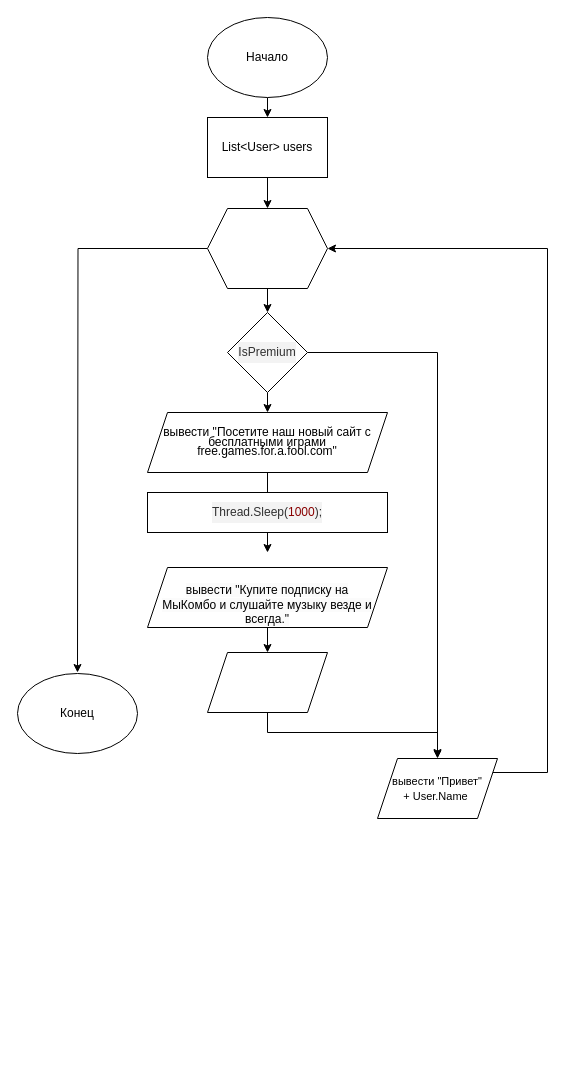
This is Задание 12.1.5.drawio from Krivinsky/skillfactoryTasks, a draw.io file, before an edit. Source tidied: cells renumbered, new cells numbered last; positions are measured from the earlier drawing's top-left corner, leaving out a move shared by most shapes. Both pictures are drawn from the tidied source at 100%, with x=0, y=0 at pixel (17, 17).
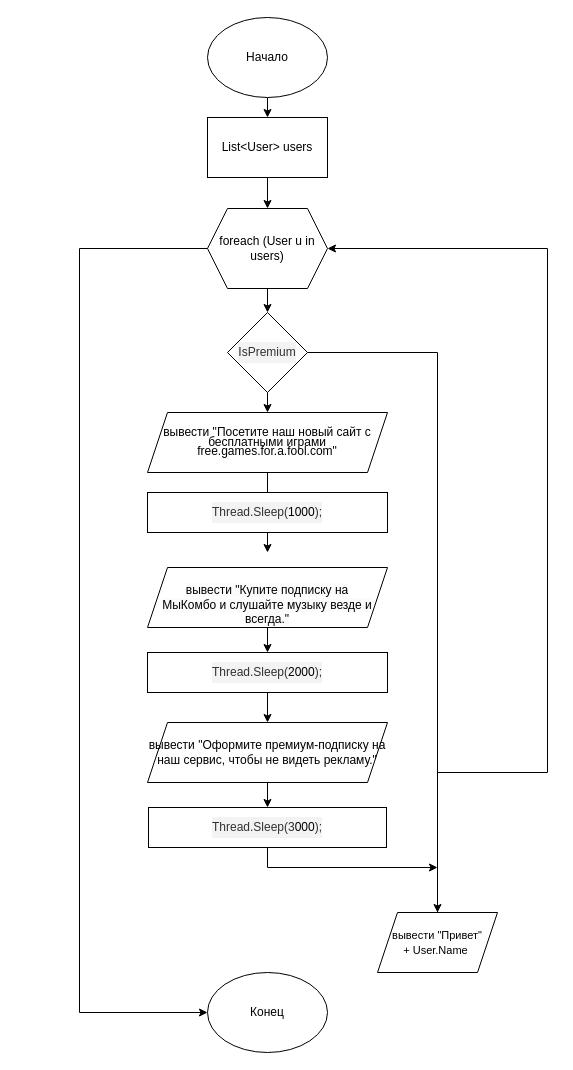
Above is the later version.

The change refers to these unchanged cells:
```xml
<mxCell id="12" value="&lt;br&gt;&lt;span style=&quot;color: rgb(0, 0, 0); font-family: Helvetica; font-size: 12px; font-style: normal; font-variant-ligatures: normal; font-variant-caps: normal; font-weight: 400; letter-spacing: normal; orphans: 2; text-align: center; text-indent: 0px; text-transform: none; widows: 2; word-spacing: 0px; -webkit-text-stroke-width: 0px; background-color: rgb(251, 251, 251); text-decoration-thickness: initial; text-decoration-style: initial; text-decoration-color: initial; float: none; display: inline !important;&quot;&gt;вывести&amp;nbsp;&quot;Купите подписку на &lt;br&gt;МыКомбо и слушайте музыку везде и всегда.&quot;&lt;br&gt;&lt;/span&gt;" style="shape=parallelogram;perimeter=parallelogramPerimeter;whiteSpace=wrap;html=1;fixedSize=1;" parent="1" vertex="1">
  <mxGeometry x="130" y="550" width="240" height="60" as="geometry" />
</mxCell>
```

Diff of the diagram source:
```diff
@@
-    <mxCell id="11" style="edgeStyle=orthogonalEdgeStyle;rounded=0;jettySize=auto;html=1;exitX=0.5;exitY=1;exitDx=0;exitDy=0;entryX=0.5;entryY=0;entryDx=0;entryDy=0;" parent="1" edge="1" source="12" target="14">
+    <mxCell id="11" style="edgeStyle=orthogonalEdgeStyle;rounded=0;jettySize=auto;html=1;exitX=0.5;exitY=1;exitDx=0;exitDy=0;entryX=0.5;entryY=0;entryDx=0;entryDy=0;" parent="1" edge="1" source="12" target="24">
       <mxGeometry relative="1" as="geometry" />
     </mxCell>
@@
-    <mxCell id="13" style="edgeStyle=orthogonalEdgeStyle;rounded=0;jettySize=auto;html=1;exitX=0.5;exitY=1;exitDx=0;exitDy=0;" parent="1" edge="1" source="14">
+    <mxCell id="13" style="edgeStyle=orthogonalEdgeStyle;rounded=0;jettySize=auto;html=1;exitX=0.5;exitY=1;exitDx=0;exitDy=0;" parent="1" edge="1" source="25">
       <mxGeometry relative="1" as="geometry">
-        <mxPoint x="420" y="740" as="targetPoint" />
+        <mxPoint x="420" y="850" as="targetPoint" />
         <Array as="points">
-          <mxPoint x="250" y="715" />
-          <mxPoint x="420" y="715" />
+          <mxPoint x="250" y="850" />
         </Array>
       </mxGeometry>
     </mxCell>
+    <mxCell id="22" style="edgeStyle=orthogonalEdgeStyle;rounded=0;jettySize=auto;html=1;entryX=0.5;entryY=0;entryDx=0;entryDy=0;" parent="1" edge="1" source="14" target="25">
+      <mxGeometry relative="1" as="geometry" />
+    </mxCell>
-    <mxCell id="14" style="shape=parallelogram;perimeter=parallelogramPerimeter;whiteSpace=wrap;html=1;fixedSize=1;" parent="1" vertex="1">
-      <mxGeometry x="190" y="635" width="120" height="60" as="geometry" />
+    <mxCell id="14" value="вывести&amp;nbsp;&quot;Оформите премиум-подписку на наш сервис, чтобы не видеть рекламу.&quot;" style="shape=parallelogram;perimeter=parallelogramPerimeter;whiteSpace=wrap;html=1;fixedSize=1;" parent="1" vertex="1">
+      <mxGeometry x="130" y="705" width="240" height="60" as="geometry" />
     </mxCell>
@@
     <mxCell id="16" value="&lt;font style=&quot;font-size: 11px;&quot;&gt;вывести &quot;Привет&quot;&lt;br&gt;+&amp;nbsp;User.Name&amp;nbsp;&lt;/font&gt;" style="shape=parallelogram;perimeter=parallelogramPerimeter;whiteSpace=wrap;html=1;fixedSize=1;" parent="1" vertex="1">
-      <mxGeometry x="360" y="741" width="120" height="60" as="geometry" />
+      <mxGeometry x="360" y="895" width="120" height="60" as="geometry" />
     </mxCell>
-    <mxCell id="17" style="edgeStyle=orthogonalEdgeStyle;rounded=0;jettySize=auto;html=1;exitX=0;exitY=0.5;exitDx=0;exitDy=0;" parent="1" edge="1" source="19">
+    <mxCell id="17" style="edgeStyle=orthogonalEdgeStyle;rounded=0;orthogonalLoop=1;jettySize=auto;html=1;exitX=0;exitY=0.5;exitDx=0;exitDy=0;" parent="1" edge="1">
       <mxGeometry relative="1" as="geometry">
-        <mxPoint x="60" y="655" as="targetPoint" />
+        <mxPoint x="191" y="231" as="sourcePoint" />
+        <mxPoint x="190" y="995" as="targetPoint" />
+        <Array as="points">
+          <mxPoint x="62" y="231" />
+          <mxPoint x="62" y="995" />
+        </Array>
       </mxGeometry>
     </mxCell>
@@
-    <mxCell id="19" style="shape=hexagon;perimeter=hexagonPerimeter2;whiteSpace=wrap;html=1;fixedSize=1;" parent="1" vertex="1">
+    <mxCell id="19" value="foreach (User u in users)" style="shape=hexagon;perimeter=hexagonPerimeter2;whiteSpace=wrap;html=1;fixedSize=1;" parent="1" vertex="1">
       <mxGeometry x="190" y="191" width="120" height="80" as="geometry" />
     </mxCell>
     <mxCell id="20" value="Конец" style="ellipse;whiteSpace=wrap;html=1;" parent="1" vertex="1">
-      <mxGeometry y="656" width="120" height="80" as="geometry" />
+      <mxGeometry x="190" y="955" width="120" height="80" as="geometry" />
     </mxCell>
-    <mxCell id="21" value="&lt;pre style=&quot;box-sizing: border-box; overflow-wrap: break-word; background: rgb(243, 243, 243); color: rgb(49, 49, 49); line-height: 20px; margin-top: 0px; margin-bottom: 0px; text-align: left;&quot; class=&quot;hljs language-scss&quot;&gt;&lt;font style=&quot;font-size: 12px;&quot; face=&quot;Helvetica&quot;&gt;Thread.Sleep(&lt;span style=&quot;box-sizing: border-box; color: rgb(136, 0, 0); font-style: inherit; font-variant: inherit; font-weight: inherit; font-stretch: inherit; font-size: inherit; line-height: 1.4em; font-optical-sizing: inherit; font-kerning: inherit; font-feature-settings: inherit; font-variation-settings: inherit;&quot; class=&quot;hljs-number&quot;&gt;1000&lt;/span&gt;);&lt;/font&gt;&lt;/pre&gt;" style="rounded=0;whiteSpace=wrap;html=1;" parent="1" vertex="1">
+    <mxCell id="21" value="&lt;pre style=&quot;box-sizing: border-box; overflow-wrap: break-word; background: rgb(243, 243, 243); line-height: 20px; margin-top: 0px; margin-bottom: 0px; text-align: left;&quot; class=&quot;hljs language-scss&quot;&gt;&lt;font style=&quot;font-size: 12px;&quot; face=&quot;Helvetica&quot;&gt;&lt;font color=&quot;#313131&quot;&gt;Thread.Sleep(&lt;/font&gt;&lt;span style=&quot;box-sizing: border-box; font-style: inherit; font-variant: inherit; font-weight: inherit; font-stretch: inherit; font-size: inherit; line-height: 1.4em; font-optical-sizing: inherit; font-kerning: inherit; font-feature-settings: inherit; font-variation-settings: inherit;&quot; class=&quot;hljs-number&quot;&gt;1000&lt;/span&gt;&lt;font color=&quot;#313131&quot;&gt;);&lt;/font&gt;&lt;/font&gt;&lt;/pre&gt;" style="rounded=0;whiteSpace=wrap;html=1;" parent="1" vertex="1">
       <mxGeometry x="130" y="475" width="240" height="40" as="geometry" />
     </mxCell>
+    <mxCell id="23" style="edgeStyle=orthogonalEdgeStyle;rounded=0;jettySize=auto;html=1;exitX=0.5;exitY=1;exitDx=0;exitDy=0;entryX=0.5;entryY=0;entryDx=0;entryDy=0;" parent="1" edge="1" source="24" target="14">
+      <mxGeometry relative="1" as="geometry" />
+    </mxCell>
+    <mxCell id="24" value="&lt;pre style=&quot;box-sizing: border-box; overflow-wrap: break-word; background: rgb(243, 243, 243); line-height: 20px; margin-top: 0px; margin-bottom: 0px; text-align: left;&quot; class=&quot;hljs language-scss&quot;&gt;&lt;font style=&quot;font-size: 12px;&quot; face=&quot;Helvetica&quot;&gt;&lt;font color=&quot;#313131&quot;&gt;Thread.Sleep(&lt;/font&gt;&lt;span style=&quot;box-sizing: border-box; font-style: inherit; font-variant: inherit; font-weight: inherit; font-stretch: inherit; font-size: inherit; line-height: 1.4em; font-optical-sizing: inherit; font-kerning: inherit; font-feature-settings: inherit; font-variation-settings: inherit;&quot; class=&quot;hljs-number&quot;&gt;2000&lt;/span&gt;&lt;font color=&quot;#313131&quot;&gt;);&lt;/font&gt;&lt;/font&gt;&lt;/pre&gt;" style="rounded=0;whiteSpace=wrap;html=1;" parent="1" vertex="1">
+      <mxGeometry x="130" y="635" width="240" height="40" as="geometry" />
+    </mxCell>
+    <mxCell id="25" value="&lt;pre style=&quot;box-sizing: border-box; overflow-wrap: break-word; background: rgb(243, 243, 243); line-height: 20px; margin-top: 0px; margin-bottom: 0px; text-align: left;&quot; class=&quot;hljs language-scss&quot;&gt;&lt;font style=&quot;font-size: 12px;&quot; face=&quot;Helvetica&quot;&gt;&lt;font color=&quot;#313131&quot;&gt;Thread.Sleep(3&lt;/font&gt;&lt;span style=&quot;box-sizing: border-box; font-style: inherit; font-variant: inherit; font-weight: inherit; font-stretch: inherit; font-size: inherit; line-height: 1.4em; font-optical-sizing: inherit; font-kerning: inherit; font-feature-settings: inherit; font-variation-settings: inherit;&quot; class=&quot;hljs-number&quot;&gt;000&lt;/span&gt;&lt;font color=&quot;#313131&quot;&gt;);&lt;/font&gt;&lt;/font&gt;&lt;/pre&gt;" style="rounded=0;whiteSpace=wrap;html=1;" parent="1" vertex="1">
+      <mxGeometry x="131" y="790" width="238" height="40" as="geometry" />
+    </mxCell>
```
